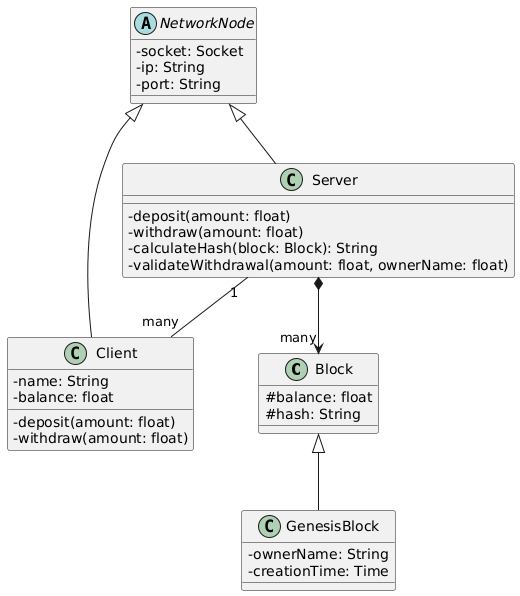
This is docs/uml/class_diagram.png from Andre-Grassi/mini_blockchain, a PlantUML export, as it was before one commit. Its source is kept beside it as docs/uml/class_diagram.puml.
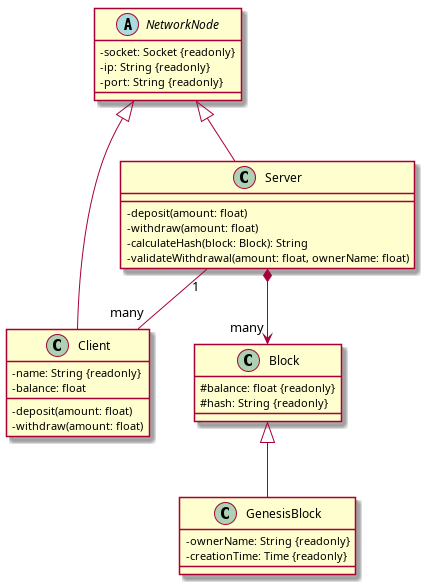
After the commit.

Commit message:
Add readonly attributes for UML

Diff of the diagram source:
```diff
@@ -1,14 +1,14 @@
-@startuml blockchain_classes
+@startuml class_diagram
 skinparam classAttributeIconSize 0
 
 class Block {
-  #balance: float
-  #hash: String
+  #balance: float {readonly}
+  #hash: String {readonly}
 }
 
 class GenesisBlock {
-  -ownerName: String
-  -creationTime: Time
+  -ownerName: String {readonly}
+  -creationTime: Time {readonly}
 }
 
 Block <|-- GenesisBlock
@@ -16,13 +16,13 @@
 
 abstract class NetworkNode
 {
-  -socket: Socket
-  -ip: String
-  -port: String
+  -socket: Socket {readonly}
+  -ip: String {readonly}
+  -port: String {readonly}
 }
 
 class Client {
-  -name: String
+  -name: String {readonly}
   -balance: float
   -deposit(amount: float)
   -withdraw(amount: float)
```
